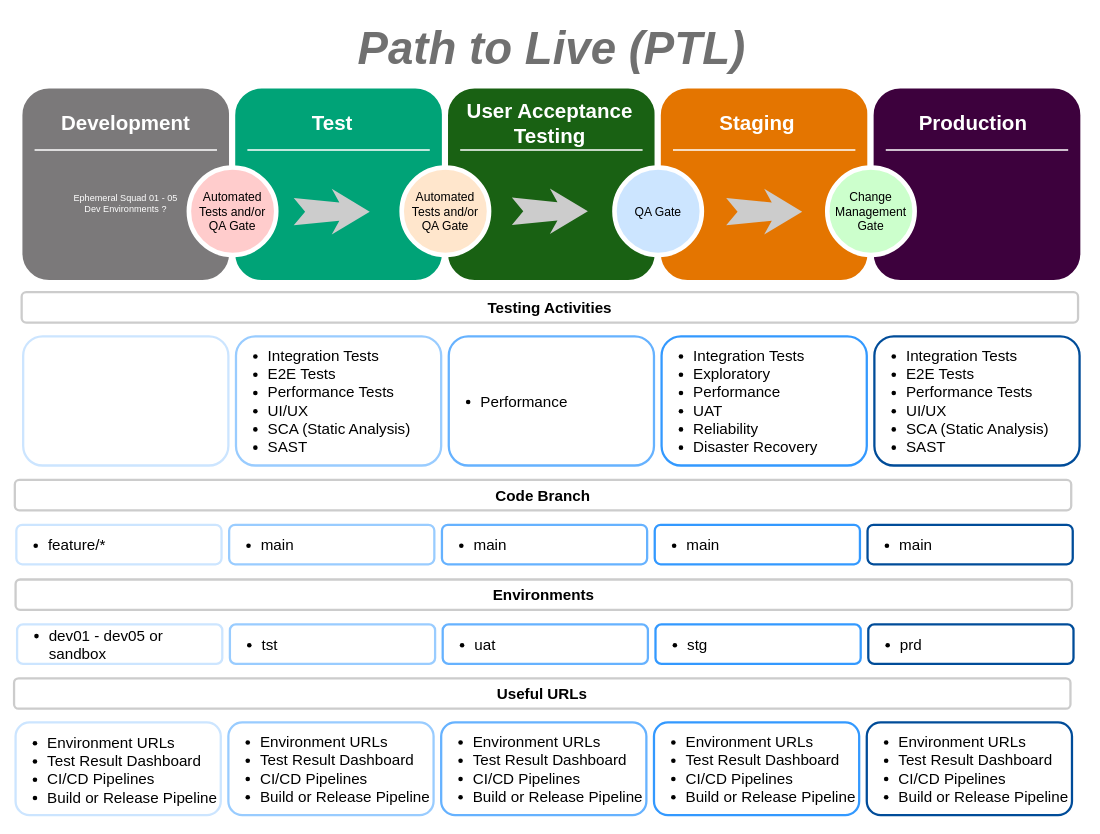
Earlier version of the draw.io diagram Diagrams/path-to-live-7im.drawio (Vykistwo/7IM). Source tidied: cells renumbered, new cells numbered last; positions are measured from the earlier drawing's top-left corner, leaving out a move shared by most shapes. Both pictures are drawn from the tidied source at 76%, with x=0, y=0 at pixel (14, 13).
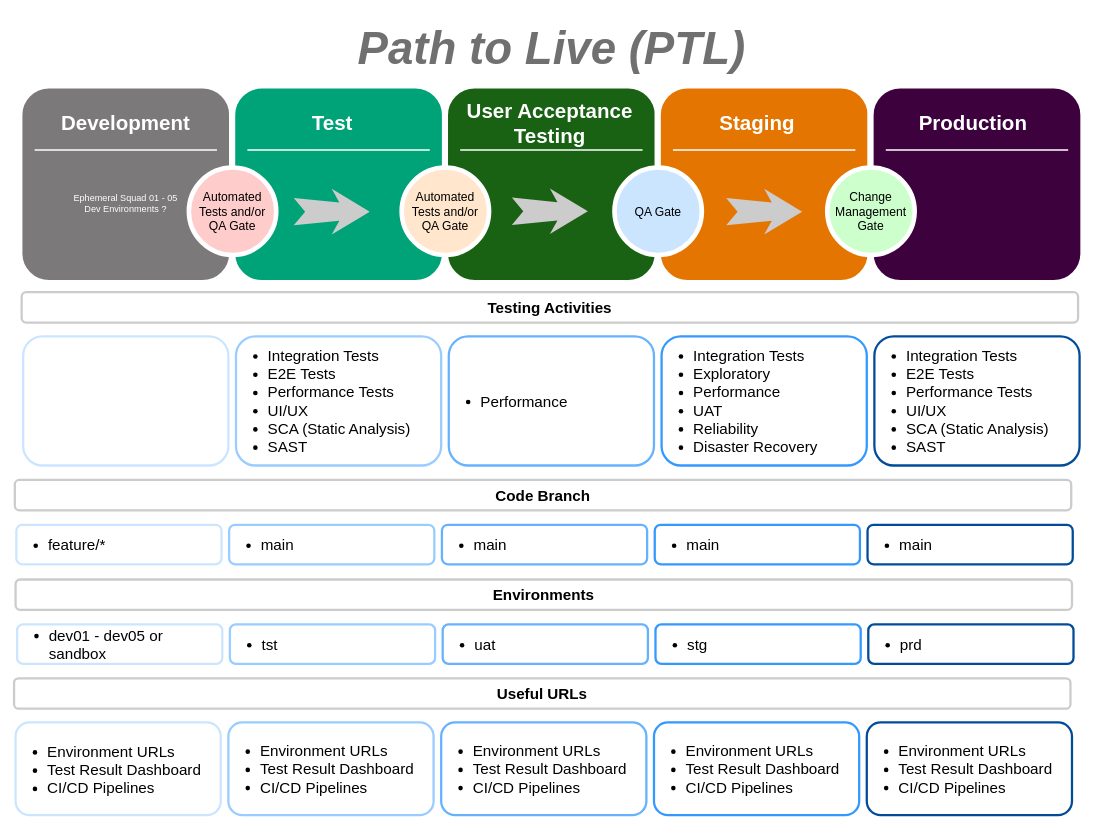
After the change.

What changed in the source:
```diff
@@
-    <mxCell id="43" value="&lt;ul style=&quot;font-size: 20px&quot;&gt;&lt;li style=&quot;font-size: 20px&quot;&gt;Environment URLs&lt;/li&gt;&lt;li style=&quot;font-size: 20px&quot;&gt;Test Result Dashboard&lt;/li&gt;&lt;li style=&quot;font-size: 20px&quot;&gt;CI/CD Pipelines&lt;/li&gt;&lt;li style=&quot;font-size: 20px&quot;&gt;Build or Release Pipeline&lt;/li&gt;&lt;/ul&gt;" style="text;html=1;align=left;verticalAlign=middle;whiteSpace=wrap;rounded=1;shadow=0;fontSize=20;strokeWidth=3;fillColor=#ffffff;strokeColor=#CCE5FF;perimeterSpacing=5;spacingTop=2;" parent="1" vertex="1">
+    <mxCell id="43" value="&lt;ul style=&quot;font-size: 20px&quot;&gt;&lt;li style=&quot;font-size: 20px&quot;&gt;Environment URLs&lt;/li&gt;&lt;li style=&quot;font-size: 20px&quot;&gt;Test Result Dashboard&lt;/li&gt;&lt;li style=&quot;font-size: 20px&quot;&gt;CI/CD Pipelines&lt;/li&gt;&lt;/ul&gt;" style="text;html=1;align=left;verticalAlign=middle;whiteSpace=wrap;rounded=1;shadow=0;fontSize=20;strokeWidth=3;fillColor=#ffffff;strokeColor=#CCE5FF;perimeterSpacing=5;spacingTop=2;" parent="1" vertex="1">
       <mxGeometry x="2" y="933" width="270" height="122" as="geometry" />
     </mxCell>
@@
-    <mxCell id="45" value="&lt;ul style=&quot;font-size: 20px&quot;&gt;&lt;li&gt;Environment URLs&lt;/li&gt;&lt;li&gt;Test Result Dashboard&lt;/li&gt;&lt;li&gt;CI/CD Pipelines&lt;/li&gt;&lt;li&gt;Build or Release Pipeline&lt;/li&gt;&lt;/ul&gt;" style="text;html=1;align=left;verticalAlign=middle;whiteSpace=wrap;rounded=1;shadow=0;fontSize=20;strokeWidth=3;fillColor=#ffffff;perimeterSpacing=5;strokeColor=#99CCFF;" parent="1" vertex="1">
+    <mxCell id="45" value="&lt;ul style=&quot;font-size: 20px&quot;&gt;&lt;li&gt;Environment URLs&lt;/li&gt;&lt;li&gt;Test Result Dashboard&lt;/li&gt;&lt;li&gt;CI/CD Pipelines&lt;/li&gt;&lt;/ul&gt;" style="text;html=1;align=left;verticalAlign=middle;whiteSpace=wrap;rounded=1;shadow=0;fontSize=20;strokeWidth=3;fillColor=#ffffff;perimeterSpacing=5;strokeColor=#99CCFF;" parent="1" vertex="1">
       <mxGeometry x="282" y="933" width="270" height="122" as="geometry" />
     </mxCell>
-    <mxCell id="46" value="&lt;ul style=&quot;font-size: 20px&quot;&gt;&lt;li&gt;Environment URLs&lt;/li&gt;&lt;li&gt;Test Result Dashboard&lt;/li&gt;&lt;li&gt;CI/CD Pipelines&lt;/li&gt;&lt;li&gt;Build or Release Pipeline&lt;/li&gt;&lt;/ul&gt;" style="text;html=1;align=left;verticalAlign=middle;whiteSpace=wrap;rounded=1;shadow=0;fontSize=20;strokeWidth=3;fillColor=#ffffff;perimeterSpacing=5;strokeColor=#66B2FF;" parent="1" vertex="1">
+    <mxCell id="46" value="&lt;ul style=&quot;font-size: 20px&quot;&gt;&lt;li&gt;Environment URLs&lt;/li&gt;&lt;li&gt;Test Result Dashboard&lt;/li&gt;&lt;li&gt;CI/CD Pipelines&lt;/li&gt;&lt;/ul&gt;" style="text;html=1;align=left;verticalAlign=middle;whiteSpace=wrap;rounded=1;shadow=0;fontSize=20;strokeWidth=3;fillColor=#ffffff;perimeterSpacing=5;strokeColor=#66B2FF;" parent="1" vertex="1">
       <mxGeometry x="562" y="933" width="270" height="122" as="geometry" />
     </mxCell>
-    <mxCell id="47" value="&lt;ul style=&quot;font-size: 20px&quot;&gt;&lt;li&gt;Environment URLs&lt;/li&gt;&lt;li&gt;Test Result Dashboard&lt;/li&gt;&lt;li&gt;CI/CD Pipelines&lt;/li&gt;&lt;li&gt;Build or Release Pipeline&lt;/li&gt;&lt;/ul&gt;" style="text;html=1;align=left;verticalAlign=middle;whiteSpace=wrap;rounded=1;shadow=0;fontSize=20;strokeWidth=3;fillColor=#ffffff;perimeterSpacing=5;strokeColor=#3399FF;" parent="1" vertex="1">
+    <mxCell id="47" value="&lt;ul style=&quot;font-size: 20px&quot;&gt;&lt;li&gt;Environment URLs&lt;/li&gt;&lt;li&gt;Test Result Dashboard&lt;/li&gt;&lt;li&gt;CI/CD Pipelines&lt;/li&gt;&lt;/ul&gt;" style="text;html=1;align=left;verticalAlign=middle;whiteSpace=wrap;rounded=1;shadow=0;fontSize=20;strokeWidth=3;fillColor=#ffffff;perimeterSpacing=5;strokeColor=#3399FF;" parent="1" vertex="1">
       <mxGeometry x="842" y="933" width="270" height="122" as="geometry" />
     </mxCell>
-    <mxCell id="48" value="&lt;ul style=&quot;font-size: 20px&quot;&gt;&lt;li&gt;Environment URLs&lt;/li&gt;&lt;li&gt;Test Result Dashboard&lt;/li&gt;&lt;li&gt;CI/CD Pipelines&lt;/li&gt;&lt;li&gt;Build or Release Pipeline&lt;/li&gt;&lt;/ul&gt;" style="text;html=1;align=left;verticalAlign=middle;whiteSpace=wrap;rounded=1;shadow=0;fontSize=20;strokeWidth=3;fillColor=#ffffff;perimeterSpacing=5;strokeColor=#004C99;" parent="1" vertex="1">
+    <mxCell id="48" value="&lt;ul style=&quot;font-size: 20px&quot;&gt;&lt;li&gt;Environment URLs&lt;/li&gt;&lt;li&gt;Test Result Dashboard&lt;/li&gt;&lt;li&gt;CI/CD Pipelines&lt;/li&gt;&lt;/ul&gt;" style="text;html=1;align=left;verticalAlign=middle;whiteSpace=wrap;rounded=1;shadow=0;fontSize=20;strokeWidth=3;fillColor=#ffffff;perimeterSpacing=5;strokeColor=#004C99;" parent="1" vertex="1">
       <mxGeometry x="1122" y="933" width="270" height="122" as="geometry" />
     </mxCell>
```
